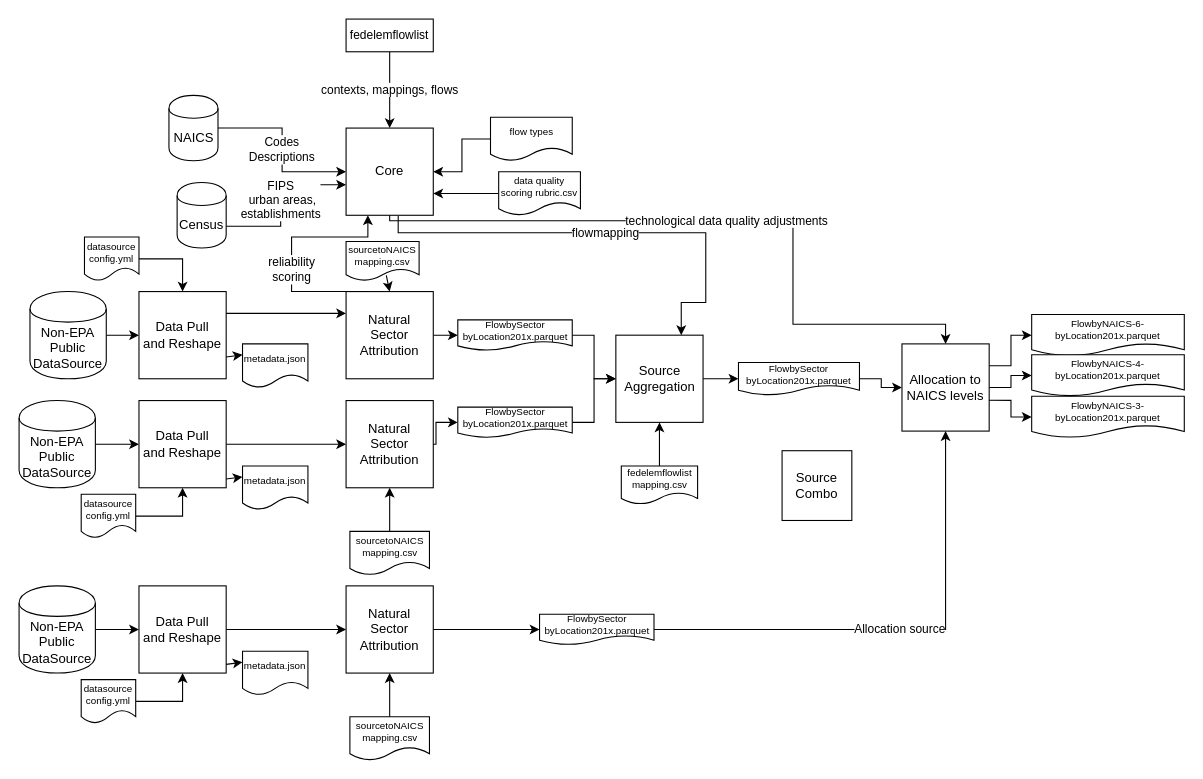
Above: Untitled Diagram.drawio in WesIngwersen/FLOWSA_design (draw.io), before the change. Source tidied: cells renumbered, new cells numbered last; positions are measured from the earlier drawing's top-left corner, leaving out a move shared by most shapes. Both pictures are drawn from the tidied source at 109%, with x=0, y=0 at pixel (19, 19).
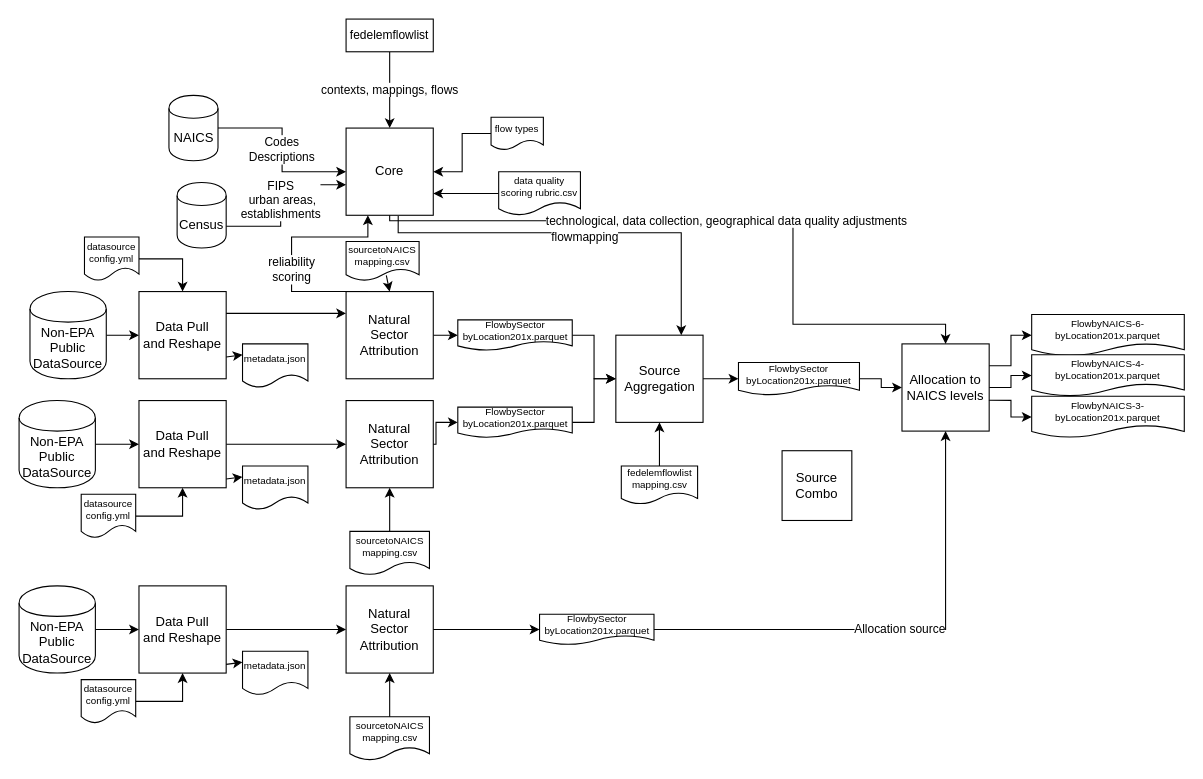
Above is the later version.

The change refers to these unchanged cells:
```xml
<mxCell id="16" value="Core" style="whiteSpace=wrap;html=1;" parent="1" vertex="1">
  <mxGeometry x="300" y="100" width="80" height="80" as="geometry" />
</mxCell>
<mxCell id="29" value="Allocation to NAICS levels" style="whiteSpace=wrap;html=1;" parent="1" vertex="1">
  <mxGeometry x="810" y="298" width="80" height="80" as="geometry" />
</mxCell>
<mxCell id="36" value="Source&lt;br&gt;Aggregation" style="whiteSpace=wrap;html=1;" parent="1" vertex="1">
  <mxGeometry x="547.5" y="290" width="80" height="80" as="geometry" />
</mxCell>
```

The edit, as a diff of the source:
```diff
@@
-    <mxCell id="21" value="technological data quality adjustments" style="edgeStyle=orthogonalEdgeStyle;rounded=0;jettySize=auto;html=1;fontSize=11;exitX=0.5;exitY=0;exitDx=0;exitDy=0;startArrow=classic;startFill=1;endArrow=none;endFill=0;" parent="1" edge="1" source="29" target="16">
+    <mxCell id="21" value="technological, data collection, geographical data quality adjustments" style="edgeStyle=orthogonalEdgeStyle;rounded=0;jettySize=auto;html=1;fontSize=11;exitX=0.5;exitY=0;exitDx=0;exitDy=0;startArrow=classic;startFill=1;endArrow=none;endFill=0;" parent="1" edge="1" source="29" target="16">
       <mxGeometry relative="1" as="geometry">
         <Array as="points">
           <mxPoint x="850" y="280" />
           <mxPoint x="710" y="280" />
           <mxPoint x="710" y="185" />
           <mxPoint x="340" y="185" />
         </Array>
       </mxGeometry>
     </mxCell>
@@
     <mxCell id="23" value="flow types" style="shape=document;whiteSpace=wrap;html=1;boundedLbl=1;fontSize=9;" parent="1" vertex="1">
-      <mxGeometry x="432.5" y="90" width="75" height="40" as="geometry" />
+      <mxGeometry x="433" y="90" width="48" height="30" as="geometry" />
     </mxCell>
@@
     <mxCell id="51" value="flowmapping" style="edgeStyle=orthogonalEdgeStyle;rounded=0;jettySize=auto;html=1;fontSize=11;exitX=0.75;exitY=0;exitDx=0;exitDy=0;startArrow=classic;startFill=1;endArrow=none;endFill=0;entryX=0.598;entryY=1.008;entryDx=0;entryDy=0;entryPerimeter=0;" parent="1" edge="1" source="36" target="16">
-      <mxGeometry x="0.01" relative="1" as="geometry">
+      <mxGeometry x="-0.01" y="4" relative="1" as="geometry">
         <Array as="points">
-          <mxPoint x="608" y="260" />
-          <mxPoint x="630" y="260" />
-          <mxPoint x="630" y="196" />
+          <mxPoint x="608" y="196" />
           <mxPoint x="348" y="196" />
         </Array>
       </mxGeometry>
     </mxCell>
```
